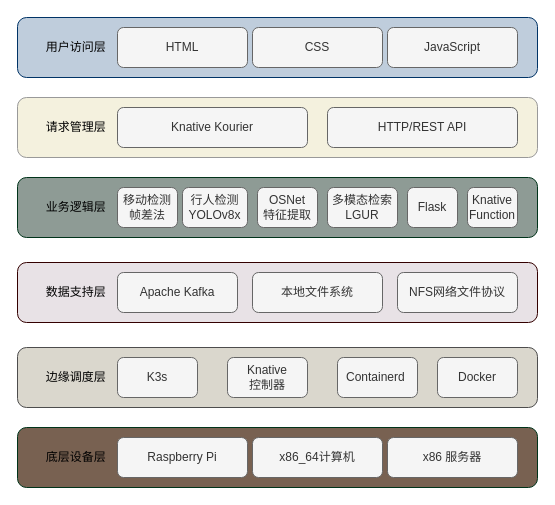
Earlier version of the draw.io diagram page "系统技术栈" (6 of 6) of directory/边缘架构.drawio (lllwwwooo/draw.io). Source tidied: cells renumbered, new cells numbered last; positions are measured from the earlier drawing's top-left corner, leaving out a move shared by most shapes. Both pictures are drawn from the tidied source at 100%, with x=0, y=0 at pixel (17, 17).
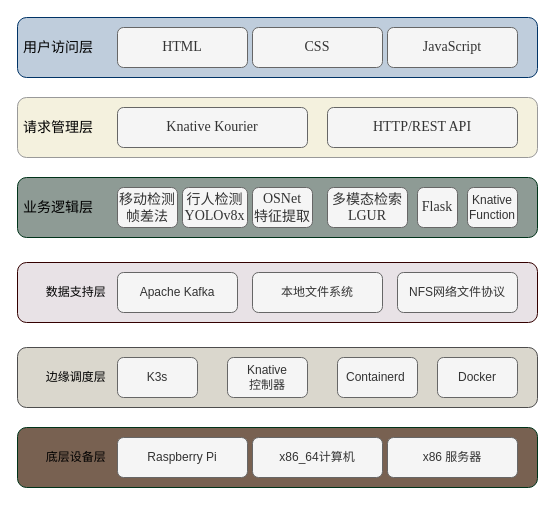
Above is the later version.

Commit message:
更新边缘架构.drawio

What changed in the source:
```diff
@@
-    <mxCell id="2" value="&lt;span style=&quot;white-space: pre;&quot;&gt;&#9;&lt;/span&gt;用户访问层" style="rounded=1;whiteSpace=wrap;html=1;align=left;fillColor=#BFCDDC;strokeColor=light-dark(#003366,#626D68);" parent="1" vertex="1">
+    <mxCell id="2" value="&lt;font face=&quot;宋体&quot; style=&quot;font-size: 14px;&quot;&gt;&amp;nbsp;用户访问层&lt;/font&gt;" style="rounded=1;whiteSpace=wrap;html=1;align=left;fillColor=#BFCDDC;strokeColor=light-dark(#003366,#626D68);" parent="1" vertex="1">
       <mxGeometry width="520" height="60" as="geometry" />
     </mxCell>
-    <mxCell id="3" value="&lt;span style=&quot;white-space: pre;&quot;&gt;&#9;&lt;/span&gt;请求管理层" style="rounded=1;whiteSpace=wrap;html=1;align=left;fillColor=#F4F1DE;strokeColor=light-dark(#999999,#996500);" parent="1" vertex="1">
+    <mxCell id="3" value="&lt;font style=&quot;font-size: 14px;&quot; face=&quot;宋体&quot;&gt;&amp;nbsp;请求管理层&lt;/font&gt;" style="rounded=1;whiteSpace=wrap;html=1;align=left;fillColor=#F4F1DE;strokeColor=light-dark(#999999,#996500);" parent="1" vertex="1">
       <mxGeometry y="80" width="520" height="60" as="geometry" />
     </mxCell>
-    <mxCell id="4" value="&lt;font face=&quot;Helvetica&quot;&gt;Knative&amp;nbsp;&lt;/font&gt;Kourier" style="rounded=1;whiteSpace=wrap;html=1;fillColor=#f5f5f5;strokeColor=#666666;fontColor=#333333;" parent="1" vertex="1">
+    <mxCell id="4" value="&lt;font style=&quot;font-size: 14px;&quot; face=&quot;Times New Roman&quot;&gt;Knative&amp;nbsp;Kourier&lt;/font&gt;" style="rounded=1;whiteSpace=wrap;html=1;fillColor=#f5f5f5;strokeColor=#666666;fontColor=#333333;" parent="1" vertex="1">
       <mxGeometry x="100" y="90" width="190" height="40" as="geometry" />
     </mxCell>
-    <mxCell id="5" value="HTTP/REST API" style="rounded=1;whiteSpace=wrap;html=1;fillColor=#f5f5f5;strokeColor=#666666;fontColor=#333333;" parent="1" vertex="1">
+    <mxCell id="5" value="&lt;font style=&quot;font-size: 14px;&quot; face=&quot;Times New Roman&quot;&gt;HTTP/REST API&lt;/font&gt;" style="rounded=1;whiteSpace=wrap;html=1;fillColor=#f5f5f5;strokeColor=#666666;fontColor=#333333;" parent="1" vertex="1">
       <mxGeometry x="310" y="90" width="190" height="40" as="geometry" />
     </mxCell>
-    <mxCell id="6" value="&lt;span style=&quot;white-space: pre;&quot;&gt;&#9;&lt;/span&gt;业务逻辑层" style="rounded=1;whiteSpace=wrap;html=1;align=left;fillColor=#8E9B95;strokeColor=#00331A;" parent="1" vertex="1">
+    <mxCell id="6" value="&lt;font style=&quot;font-size: 14px;&quot; face=&quot;宋体&quot;&gt;&amp;nbsp;业务逻辑层&lt;/font&gt;" style="rounded=1;whiteSpace=wrap;html=1;align=left;fillColor=#8E9B95;strokeColor=#00331A;" parent="1" vertex="1">
       <mxGeometry y="160" width="520" height="60" as="geometry" />
     </mxCell>
-    <mxCell id="7" value="&lt;font&gt;移动检测&lt;/font&gt;&lt;div&gt;&lt;font&gt;帧差法&lt;/font&gt;&lt;/div&gt;" style="rounded=1;whiteSpace=wrap;html=1;fillColor=#f5f5f5;strokeColor=#666666;fontColor=#333333;" parent="1" vertex="1">
+    <mxCell id="7" value="&lt;font face=&quot;宋体&quot; style=&quot;font-size: 14px;&quot;&gt;移动检测&lt;/font&gt;&lt;div&gt;&lt;font style=&quot;font-size: 14px;&quot; face=&quot;宋体&quot;&gt;帧差法&lt;/font&gt;&lt;/div&gt;" style="rounded=1;whiteSpace=wrap;html=1;fillColor=#f5f5f5;strokeColor=#666666;fontColor=#333333;" parent="1" vertex="1">
       <mxGeometry x="100" y="170" width="60" height="40" as="geometry" />
     </mxCell>
-    <mxCell id="8" value="&lt;font&gt;行人检测&lt;/font&gt;&lt;div&gt;&lt;font&gt;YOLOv8x&lt;/font&gt;&lt;/div&gt;" style="rounded=1;whiteSpace=wrap;html=1;fillColor=#f5f5f5;strokeColor=#666666;fontColor=#333333;" parent="1" vertex="1">
+    <mxCell id="8" value="&lt;font face=&quot;宋体&quot; style=&quot;font-size: 14px;&quot;&gt;行人检测&lt;/font&gt;&lt;div&gt;&lt;font face=&quot;Times New Roman&quot; style=&quot;font-size: 14px;&quot;&gt;YOLOv8x&lt;/font&gt;&lt;/div&gt;" style="rounded=1;whiteSpace=wrap;html=1;fillColor=#f5f5f5;strokeColor=#666666;fontColor=#333333;" parent="1" vertex="1">
       <mxGeometry x="165" y="170" width="65" height="40" as="geometry" />
     </mxCell>
-    <mxCell id="9" value="多模态检索&lt;div&gt;LGUR&lt;/div&gt;" style="rounded=1;whiteSpace=wrap;html=1;fillColor=#f5f5f5;strokeColor=#666666;fontColor=#333333;" parent="1" vertex="1">
-      <mxGeometry x="310" y="170" width="70" height="40" as="geometry" />
+    <mxCell id="9" value="&lt;font face=&quot;宋体&quot; style=&quot;font-size: 14px;&quot;&gt;多模态检索&lt;/font&gt;&lt;div&gt;&lt;font style=&quot;font-size: 14px;&quot; face=&quot;Times New Roman&quot;&gt;LGUR&lt;/font&gt;&lt;/div&gt;" style="rounded=1;whiteSpace=wrap;html=1;fillColor=#f5f5f5;strokeColor=#666666;fontColor=#333333;" parent="1" vertex="1">
+      <mxGeometry x="310" y="170" width="80" height="40" as="geometry" />
     </mxCell>
-    <mxCell id="10" value="OSNet&lt;div&gt;特征提取&lt;/div&gt;" style="rounded=1;whiteSpace=wrap;html=1;fillColor=#f5f5f5;strokeColor=#666666;fontColor=#333333;" parent="1" vertex="1">
-      <mxGeometry x="240" y="170" width="60" height="40" as="geometry" />
+    <mxCell id="10" value="&lt;font face=&quot;Times New Roman&quot; style=&quot;font-size: 14px;&quot;&gt;OSNet&lt;/font&gt;&lt;div&gt;&lt;font face=&quot;宋体&quot; style=&quot;font-size: 14px;&quot;&gt;特征提取&lt;/font&gt;&lt;/div&gt;" style="rounded=1;whiteSpace=wrap;html=1;fillColor=#f5f5f5;strokeColor=#666666;fontColor=#333333;" parent="1" vertex="1">
+      <mxGeometry x="235" y="170" width="60" height="40" as="geometry" />
     </mxCell>
@@
-    <mxCell id="20" value="HTML" style="rounded=1;whiteSpace=wrap;html=1;fillColor=#f5f5f5;strokeColor=#666666;fontColor=#333333;" parent="1" vertex="1">
+    <mxCell id="20" value="&lt;font style=&quot;font-size: 14px;&quot; face=&quot;Times New Roman&quot;&gt;HTML&lt;/font&gt;" style="rounded=1;whiteSpace=wrap;html=1;fillColor=#f5f5f5;strokeColor=#666666;fontColor=#333333;" parent="1" vertex="1">
       <mxGeometry x="100" y="10" width="130" height="40" as="geometry" />
     </mxCell>
-    <mxCell id="21" value="CSS" style="rounded=1;whiteSpace=wrap;html=1;fillColor=#f5f5f5;strokeColor=#666666;fontColor=#333333;" parent="1" vertex="1">
+    <mxCell id="21" value="&lt;font style=&quot;font-size: 14px;&quot; face=&quot;Times New Roman&quot;&gt;CSS&lt;/font&gt;" style="rounded=1;whiteSpace=wrap;html=1;fillColor=#f5f5f5;strokeColor=#666666;fontColor=#333333;" parent="1" vertex="1">
       <mxGeometry x="235" y="10" width="130" height="40" as="geometry" />
     </mxCell>
-    <mxCell id="22" value="JavaScript" style="rounded=1;whiteSpace=wrap;html=1;fillColor=#f5f5f5;strokeColor=#666666;fontColor=#333333;" parent="1" vertex="1">
+    <mxCell id="22" value="&lt;font style=&quot;font-size: 14px;&quot; face=&quot;Times New Roman&quot;&gt;JavaScript&lt;/font&gt;" style="rounded=1;whiteSpace=wrap;html=1;fillColor=#f5f5f5;strokeColor=#666666;fontColor=#333333;" parent="1" vertex="1">
       <mxGeometry x="370" y="10" width="130" height="40" as="geometry" />
     </mxCell>
-    <mxCell id="23" value="Flask" style="rounded=1;whiteSpace=wrap;html=1;fillColor=#f5f5f5;strokeColor=#666666;fontColor=#333333;" parent="1" vertex="1">
-      <mxGeometry x="390" y="170" width="50" height="40" as="geometry" />
+    <mxCell id="23" value="&lt;font face=&quot;Times New Roman&quot; style=&quot;font-size: 14px;&quot;&gt;Flask&lt;/font&gt;" style="rounded=1;whiteSpace=wrap;html=1;fillColor=#f5f5f5;strokeColor=#666666;fontColor=#333333;" parent="1" vertex="1">
+      <mxGeometry x="400" y="170" width="40" height="40" as="geometry" />
     </mxCell>
```
